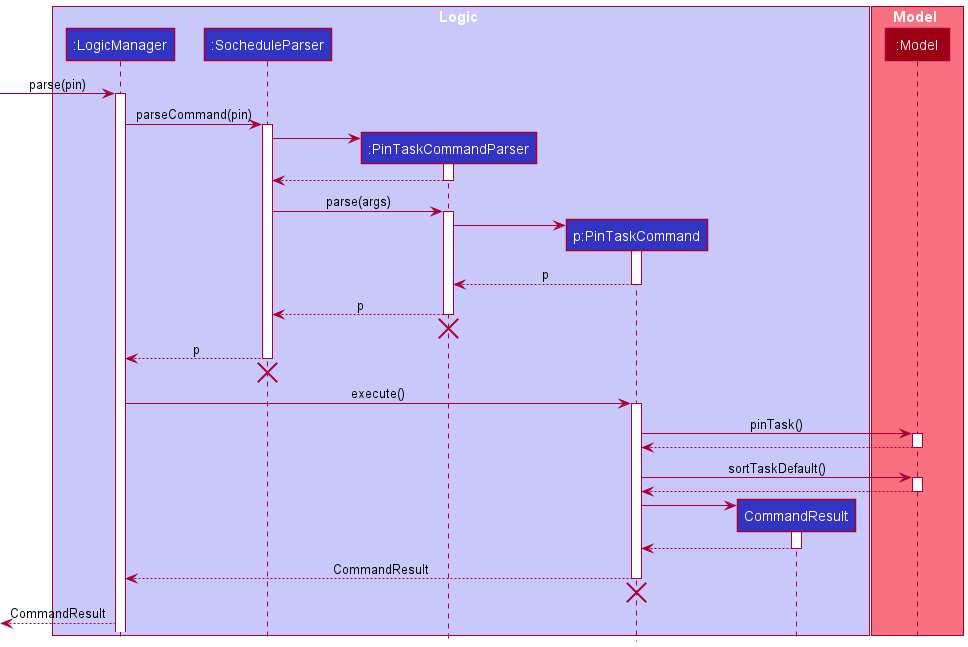
Before: docs/images/PinTaskSequenceDiagram.png, a diagram exported from PlantUML (nus-cs2103-AY2021S2/tp).
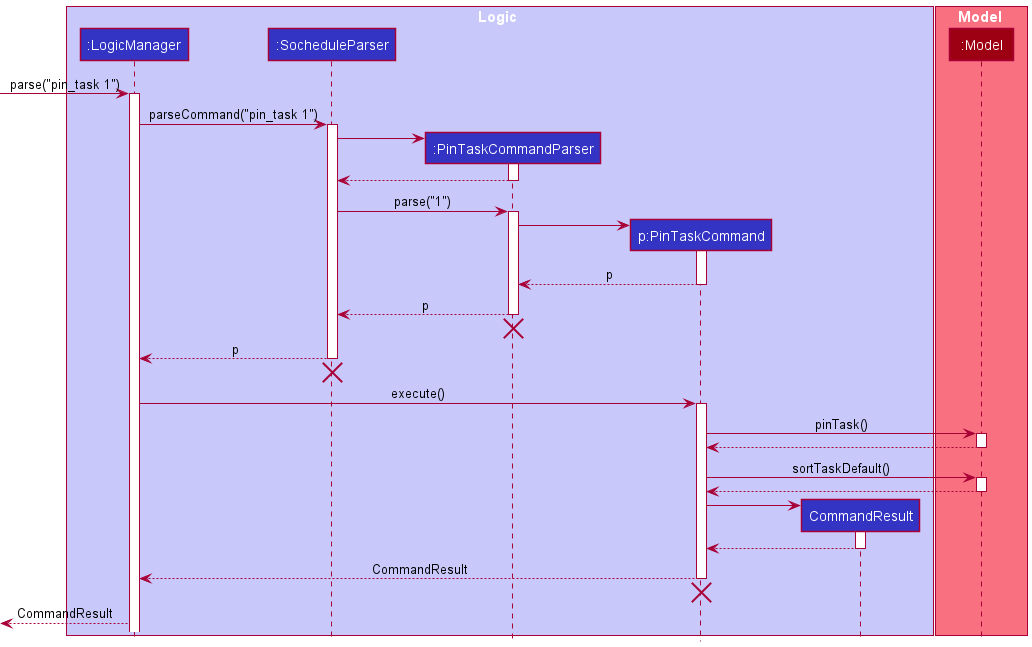
Later version of the same file.

Commit message:
DG: Update sequence diagrams

The edit, as a diff of the source:
```diff
@@ -13,12 +13,11 @@
 participant ":Model" as Model MODEL_COLOR
 end box
 
-[-> LogicManager : parse(pin)
+[-> LogicManager : parse("pin_task 1")
 activate LogicManager
 
-LogicManager -> SocheduleParser : parseCommand(pin)
+LogicManager -> SocheduleParser : parseCommand("pin_task 1")
 activate SocheduleParser
-
 
 create PinTaskCommandParser
 SocheduleParser -> PinTaskCommandParser
@@ -26,7 +25,7 @@
 SocheduleParser <-- PinTaskCommandParser
 deactivate PinTaskCommandParser
 
-SocheduleParser -> PinTaskCommandParser: parse(args)
+SocheduleParser -> PinTaskCommandParser: parse("1")
 activate PinTaskCommandParser
 
 create PinTaskCommand
```
